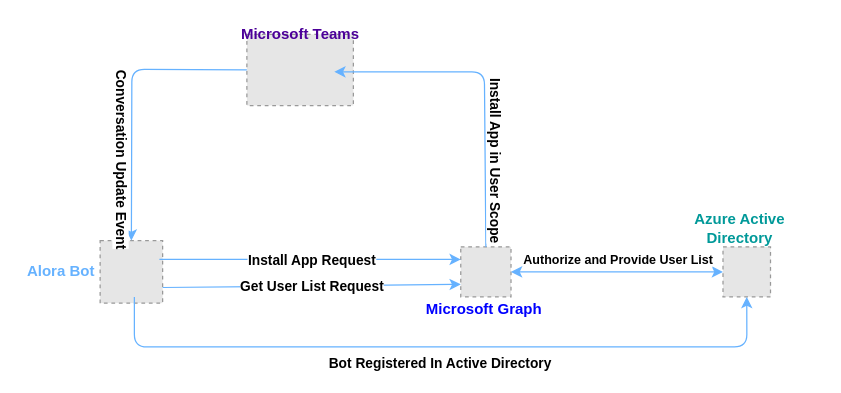
Before: proactivemessage.drawio in Ranjumj/hcl_ui_test, a draw.io diagram. Source tidied: cells renumbered, new cells numbered last; positions are measured from the earlier drawing's top-left corner, leaving out a move shared by most shapes. Both pictures are drawn from the tidied source at 125%, with x=0, y=0 at pixel (21, 21). Pictures stored in the file or linked from it are replaced by grey dashed boxes.
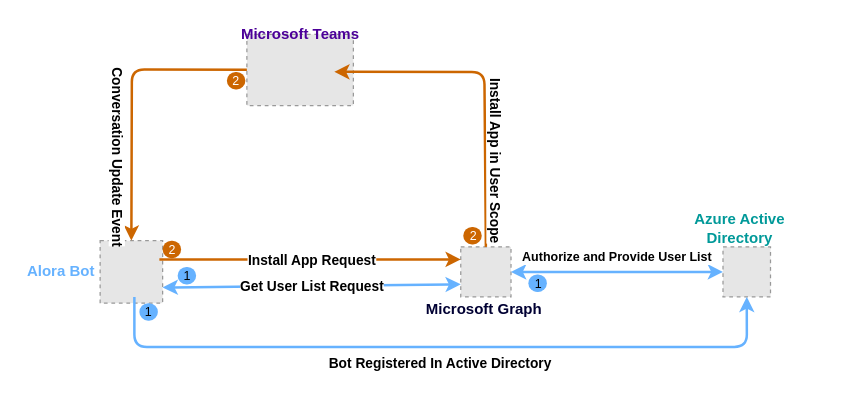
Above is the later version.

The change refers to these unchanged cells:
```xml
<mxCell id="2" style="fillColor=#E6E6E6;strokeColor=#999999;dashed=1;verticalLabelPosition=bottom;verticalAlign=top;" parent="1" vertex="1">
  <mxGeometry x="560.9" y="180" width="38" height="40" as="geometry" />
</mxCell>
<mxCell id="3" style="fillColor=#E6E6E6;strokeColor=#999999;dashed=1;verticalLabelPosition=bottom;verticalAlign=top;" parent="1" vertex="1">
  <mxGeometry x="62.6" y="175" width="50" height="50" as="geometry" />
</mxCell>
<mxCell id="4" style="fillColor=#E6E6E6;strokeColor=#999999;dashed=1;verticalLabelPosition=bottom;verticalAlign=top;" parent="1" vertex="1">
  <mxGeometry x="351.1" y="180" width="40.2" height="40" as="geometry" />
</mxCell>
<mxCell id="5" style="fillColor=#E6E6E6;strokeColor=#999999;dashed=1;verticalLabelPosition=bottom;verticalAlign=top;labelBackgroundColor=none;" parent="1" vertex="1">
  <mxGeometry x="180" y="10" width="85.2" height="56.9" as="geometry" />
</mxCell>
```

Diff of the diagram source:
```diff
@@
-<mxGraphModel>
+<mxGraphModel background="#FFFFFF">
@@
-    <mxCell id="8" value="&lt;b&gt;&lt;font color=&quot;#0000ff&quot;&gt;Microsoft Graph&lt;/font&gt;&lt;/b&gt;" style="text;html=1;strokeColor=none;fillColor=none;align=center;verticalAlign=middle;whiteSpace=wrap;rounded=0;" parent="1" vertex="1">
+    <mxCell id="8" value="&lt;b&gt;&lt;font color=&quot;#000033&quot;&gt;Microsoft Graph&lt;/font&gt;&lt;/b&gt;" style="text;html=1;strokeColor=none;fillColor=none;align=center;verticalAlign=middle;whiteSpace=wrap;rounded=0;" parent="1" vertex="1">
       <mxGeometry x="320" y="220" width="100" height="20" as="geometry" />
     </mxCell>
@@
-    <mxCell id="10" style="endArrow=classic;html=1;entryX=0;entryY=0.25;entryDx=0;entryDy=0;strokeColor=#66B2FF;" parent="1" edge="1" target="4">
+    <mxCell id="10" style="endArrow=classic;html=1;entryX=0;entryY=0.25;entryDx=0;entryDy=0;strokeColor=#CC6600;strokeWidth=2;" parent="1" edge="1" target="4">
       <mxGeometry relative="1" as="geometry">
         <mxPoint x="110" y="190" as="sourcePoint" />
       </mxGeometry>
     </mxCell>
@@
-    <mxCell id="12" style="endArrow=classic;html=1;startArrow=none;startFill=0;entryX=0.821;entryY=0.527;entryDx=0;entryDy=0;entryPerimeter=0;exitX=0.5;exitY=0;exitDx=0;exitDy=0;strokeColor=#66B2FF;" parent="1" edge="1" source="4" target="5">
+    <mxCell id="12" style="endArrow=classic;html=1;startArrow=none;startFill=0;entryX=0.821;entryY=0.527;entryDx=0;entryDy=0;entryPerimeter=0;exitX=0.5;exitY=0;exitDx=0;exitDy=0;strokeColor=#CC6600;strokeWidth=2;" parent="1" edge="1" source="4" target="5">
       <mxGeometry relative="1" as="geometry">
         <Array as="points">
           <mxPoint x="370" y="40" />
         </Array>
       </mxGeometry>
     </mxCell>
@@
-    <mxCell id="14" style="endArrow=classic;html=1;exitX=1;exitY=0.5;exitDx=0;exitDy=0;entryX=0;entryY=0.5;entryDx=0;entryDy=0;startArrow=classic;startFill=1;strokeColor=#66B2FF;" parent="1" edge="1" source="4" target="2">
+    <mxCell id="14" style="endArrow=classic;html=1;exitX=1;exitY=0.5;exitDx=0;exitDy=0;entryX=0;entryY=0.5;entryDx=0;entryDy=0;startArrow=classic;startFill=1;strokeColor=#66B2FF;strokeWidth=2;" parent="1" edge="1" source="4" target="2">
       <mxGeometry relative="1" as="geometry">
         <Array as="points">
           <mxPoint x="490" y="200" />
         </Array>
       </mxGeometry>
     </mxCell>
     <mxCell id="15" value="Authorize and Provide User List" style="edgeLabel;html=1;align=center;verticalAlign=bottom;labelPosition=center;verticalLabelPosition=top;fontSize=10;fontStyle=1;" parent="14" vertex="1">
       <mxGeometry relative="1" as="geometry">
-        <mxPoint y="-2" as="offset" />
+        <mxPoint x="-1" y="-4" as="offset" />
       </mxGeometry>
     </mxCell>
-    <mxCell id="16" style="endArrow=classic;html=1;entryX=0.5;entryY=1;entryDx=0;entryDy=0;strokeColor=#66B2FF;" parent="1" edge="1" target="2">
+    <mxCell id="16" style="endArrow=classic;html=1;entryX=0.5;entryY=1;entryDx=0;entryDy=0;strokeColor=#66B2FF;strokeWidth=2;" parent="1" edge="1" target="2">
       <mxGeometry relative="1" as="geometry">
         <mxPoint x="90" y="220" as="sourcePoint" />
         <Array as="points">
           <mxPoint x="90" y="260" />
           <mxPoint x="340" y="260" />
           <mxPoint x="580" y="260" />
         </Array>
       </mxGeometry>
     </mxCell>
@@
-    <mxCell id="18" style="endArrow=classic;html=1;entryX=0.5;entryY=0;entryDx=0;entryDy=0;strokeColor=#66B2FF;" parent="1" edge="1" source="5" target="3">
+    <mxCell id="18" style="endArrow=classic;html=1;entryX=0.5;entryY=0;entryDx=0;entryDy=0;strokeColor=#CC6600;strokeWidth=2;" parent="1" edge="1" source="5" target="3">
       <mxGeometry relative="1" as="geometry">
         <Array as="points">
           <mxPoint x="88" y="38" />
         </Array>
       </mxGeometry>
     </mxCell>
     <mxCell id="19" value="Conversation Update Event" style="edgeLabel;html=1;align=center;verticalAlign=middle;rotation=90;fontSize=11;fontStyle=1;" parent="18" vertex="1">
       <mxGeometry relative="1" as="geometry">
-        <mxPoint x="-8" y="49" as="offset" />
+        <mxPoint x="-11" y="47" as="offset" />
       </mxGeometry>
     </mxCell>
-    <mxCell id="20" style="endArrow=classic;html=1;fontSize=11;strokeColor=#66B2FF;exitX=1;exitY=0.75;exitDx=0;exitDy=0;entryX=0;entryY=0.75;entryDx=0;entryDy=0;" parent="1" edge="1" source="3" target="4">
+    <mxCell id="20" style="endArrow=classic;html=1;fontSize=11;strokeColor=#66B2FF;exitX=1;exitY=0.75;exitDx=0;exitDy=0;entryX=0;entryY=0.75;entryDx=0;entryDy=0;jumpSize=6;strokeWidth=2;startArrow=classic;startFill=1;" parent="1" edge="1" source="3" target="4">
       <mxGeometry relative="1" as="geometry" />
     </mxCell>
@@
+    <mxCell id="22" value="1" style="rounded=1;align=center;strokeColor=none;html=1;fontSize=10;labelBackgroundColor=#66B2FF;sketch=0;arcSize=50;fillColor=#66B2FF;glass=0;perimeterSpacing=0;shadow=0;" parent="1" vertex="1">
+      <mxGeometry x="124.6" y="196" width="14.8" height="14" as="geometry" />
+    </mxCell>
+    <mxCell id="23" value="1" style="rounded=1;align=center;strokeColor=none;html=1;fontSize=10;labelBackgroundColor=#66B2FF;sketch=0;arcSize=50;fillColor=#66B2FF;glass=0;perimeterSpacing=0;shadow=0;" parent="1" vertex="1">
+      <mxGeometry x="94" y="225" width="14.8" height="14" as="geometry" />
+    </mxCell>
+    <mxCell id="24" value="1" style="rounded=1;align=center;strokeColor=none;html=1;fontSize=10;labelBackgroundColor=#66B2FF;sketch=0;arcSize=50;fillColor=#66B2FF;glass=0;perimeterSpacing=0;shadow=0;" parent="1" vertex="1">
+      <mxGeometry x="405.2" y="202" width="14.8" height="14" as="geometry" />
+    </mxCell>
+    <mxCell id="25" value="2" style="rounded=1;align=center;strokeColor=none;html=1;fontSize=10;labelBackgroundColor=none;sketch=0;arcSize=50;glass=0;perimeterSpacing=0;shadow=0;fillColor=#CC6600;fontColor=#FFFFFF;" parent="1" vertex="1">
+      <mxGeometry x="164" y="40" width="14.8" height="14" as="geometry" />
+    </mxCell>
+    <mxCell id="26" value="2" style="rounded=1;align=center;strokeColor=none;html=1;fontSize=10;labelBackgroundColor=none;sketch=0;arcSize=50;glass=0;perimeterSpacing=0;shadow=0;fillColor=#CC6600;fontColor=#FFFFFF;" parent="1" vertex="1">
+      <mxGeometry x="112.6" y="175" width="14.8" height="14" as="geometry" />
+    </mxCell>
+    <mxCell id="27" value="2" style="rounded=1;align=center;strokeColor=none;html=1;fontSize=10;labelBackgroundColor=none;sketch=0;arcSize=50;glass=0;perimeterSpacing=0;shadow=0;fillColor=#CC6600;fontColor=#FFFFFF;" parent="1" vertex="1">
+      <mxGeometry x="353.1" y="164" width="14.8" height="14" as="geometry" />
+    </mxCell>
```
